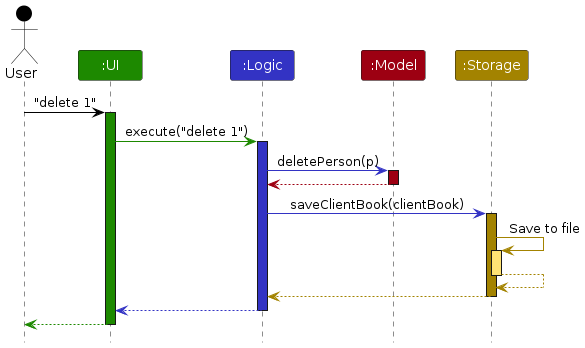
Before: diagrams/ArchitectureSequenceDiagram.png, a diagram exported from PlantUML (AY2627S1-CS2103T-F14a-4/tp). Its source is kept beside it as diagrams/ArchitectureSequenceDiagram.puml. The source it was exported from:
```plantuml
@startuml
!include style.puml
skinparam ArrowFontStyle plain

Actor User as user USER_COLOR
Participant ":UI" as ui UI_COLOR
Participant ":Logic" as logic LOGIC_COLOR
Participant ":Model" as model MODEL_COLOR
Participant ":Storage" as storage STORAGE_COLOR

user -[USER_COLOR]> ui : "delete 1"
activate ui UI_COLOR

ui -[UI_COLOR]> logic : execute("delete 1")
activate logic LOGIC_COLOR

logic -[LOGIC_COLOR]> model : deletePerson(p)
activate model MODEL_COLOR

model -[MODEL_COLOR]-> logic
deactivate model

logic -[LOGIC_COLOR]> storage : saveClientBook(clientBook)
activate storage STORAGE_COLOR

storage -[STORAGE_COLOR]> storage : Save to file
activate storage STORAGE_COLOR_T1
storage --[STORAGE_COLOR]> storage
deactivate storage

storage --[STORAGE_COLOR]> logic
deactivate storage

logic --[LOGIC_COLOR]> ui
deactivate logic

ui--[UI_COLOR]> user
deactivate ui
@enduml
```
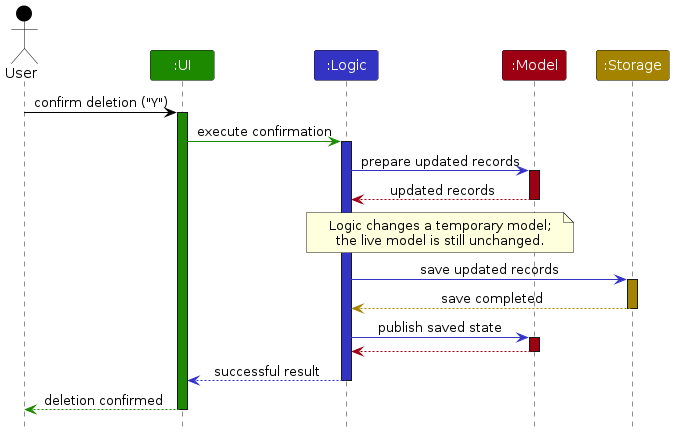
Later version of the same file.

Diff of the diagram source:
```diff
@@ -8,32 +8,30 @@
 Participant ":Model" as model MODEL_COLOR
 Participant ":Storage" as storage STORAGE_COLOR
 
-user -[USER_COLOR]> ui : "delete 1"
+user -[USER_COLOR]> ui : confirm deletion ("Y")
 activate ui UI_COLOR
 
-ui -[UI_COLOR]> logic : execute("delete 1")
+ui -[UI_COLOR]> logic : execute confirmation
 activate logic LOGIC_COLOR
 
-logic -[LOGIC_COLOR]> model : deletePerson(p)
+logic -[LOGIC_COLOR]> model : prepare updated records
 activate model MODEL_COLOR
+model --[MODEL_COLOR]> logic : updated records
+deactivate model
+note over logic, model : Logic changes a temporary model;\nthe live model is still unchanged.
 
-model -[MODEL_COLOR]-> logic
+logic -[LOGIC_COLOR]> storage : save updated records
+activate storage STORAGE_COLOR
+storage --[STORAGE_COLOR]> logic : save completed
+deactivate storage
+
+logic -[LOGIC_COLOR]> model : publish saved state
+activate model MODEL_COLOR
+model --[MODEL_COLOR]> logic
 deactivate model
 
-logic -[LOGIC_COLOR]> storage : saveClientBook(clientBook)
-activate storage STORAGE_COLOR
-
-storage -[STORAGE_COLOR]> storage : Save to file
-activate storage STORAGE_COLOR_T1
-storage --[STORAGE_COLOR]> storage
-deactivate storage
-
-storage --[STORAGE_COLOR]> logic
-deactivate storage
-
-logic --[LOGIC_COLOR]> ui
+logic --[LOGIC_COLOR]> ui : successful result
 deactivate logic
-
-ui--[UI_COLOR]> user
+ui --[UI_COLOR]> user : deletion confirmed
 deactivate ui
 @enduml
```
